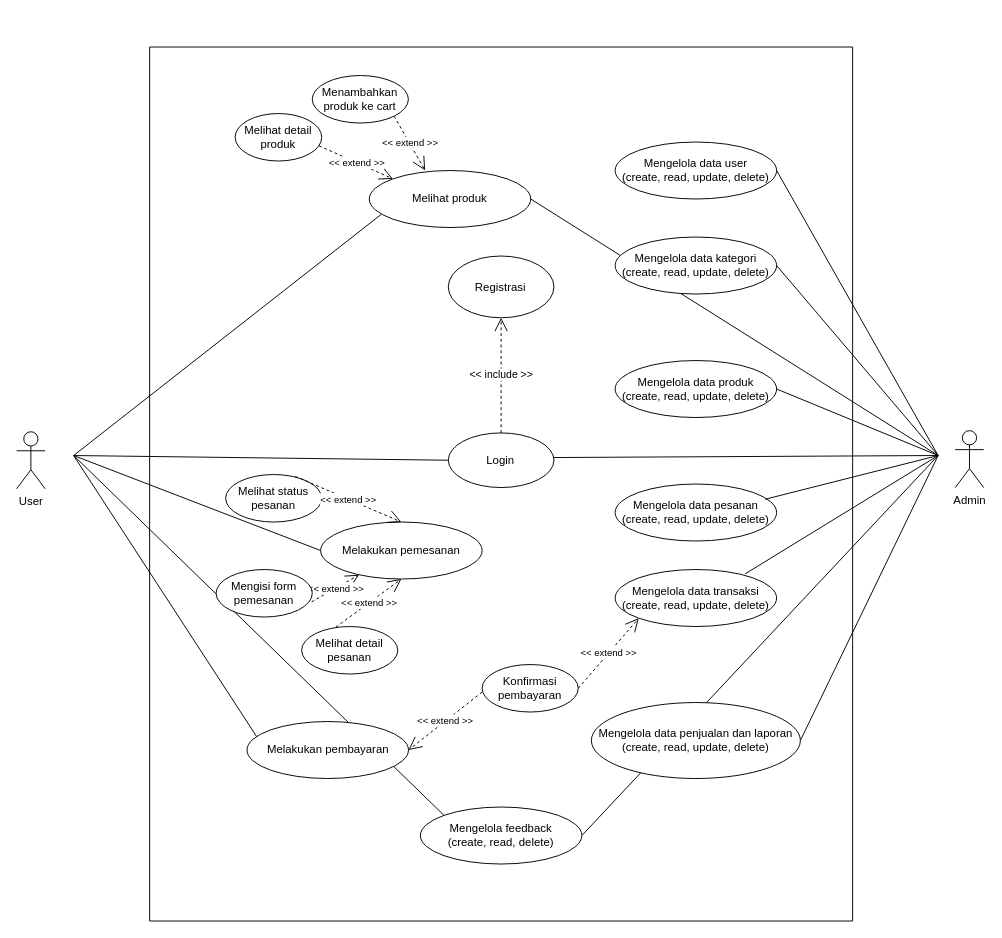
Earlier version of the draw.io diagram Diagram Tanpa Judul.drawio (sintariaulia/Diagram). Source tidied: cells renumbered, new cells numbered last; positions are measured from the earlier drawing's top-left corner, leaving out a move shared by most shapes. Both pictures are drawn from the tidied source at 95%, with x=0, y=0 at pixel (16, 47).
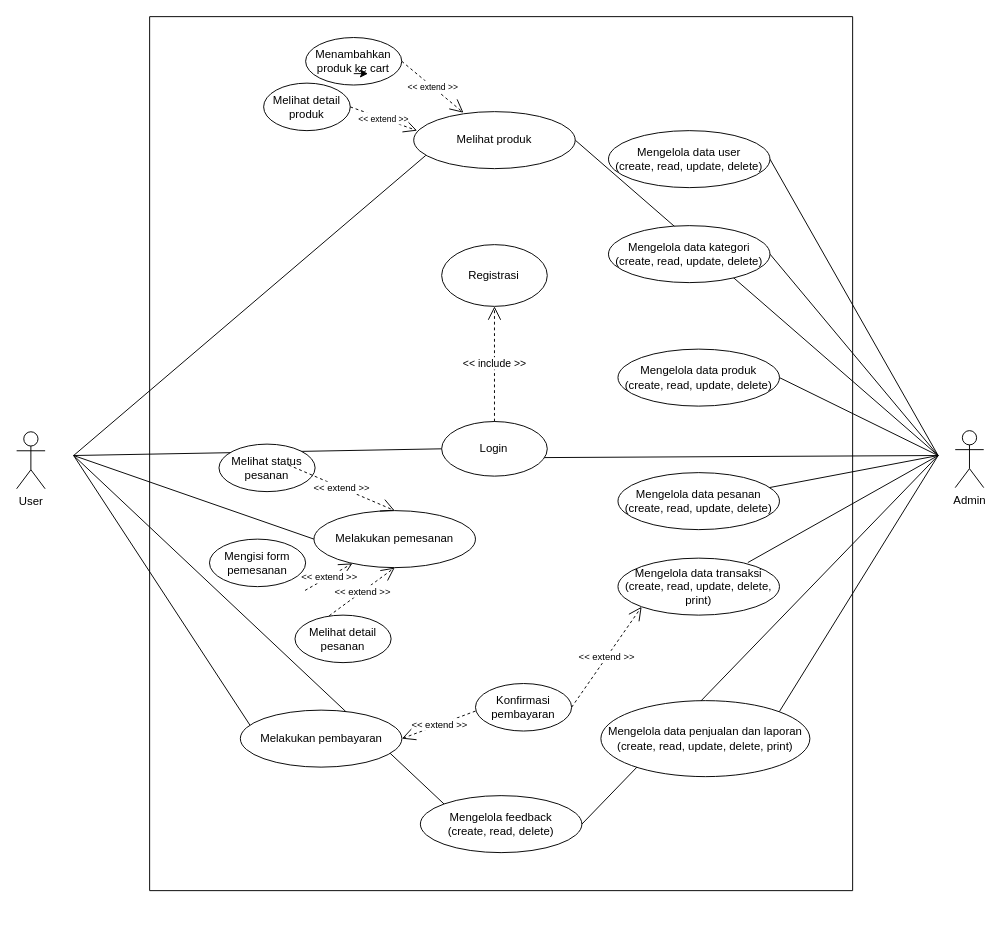
The same diagram, later.

What changed in the source:
```diff
@@
-    <mxCell id="4" value="Mengelola data produk&lt;br&gt;(create, read, update, delete)" style="ellipse;whiteSpace=wrap;html=1;" parent="1" vertex="1">
-      <mxGeometry x="630" y="330" width="170" height="60" as="geometry" />
-    </mxCell>
-    <mxCell id="5" value="Mengelola data pesanan&lt;br&gt;(create, read, update, delete)" style="ellipse;whiteSpace=wrap;html=1;" parent="1" vertex="1">
-      <mxGeometry x="630" y="460" width="170" height="60" as="geometry" />
-    </mxCell>
-    <mxCell id="6" value="Melihat produk" style="ellipse;whiteSpace=wrap;html=1;" parent="1" vertex="1">
-      <mxGeometry x="371.2" y="130" width="170" height="60" as="geometry" />
-    </mxCell>
-    <mxCell id="7" value="&lt;font style=&quot;font-size: 10px;&quot;&gt;&amp;lt;&amp;lt; extend &amp;gt;&amp;gt;&lt;/font&gt;" style="endArrow=open;endSize=12;dashed=1;html=1;rounded=0;exitX=1;exitY=1;exitDx=0;exitDy=0;" parent="1" edge="1" source="42">
-      <mxGeometry relative="1" as="geometry">
-        <mxPoint x="430" y="130" as="targetPoint" />
-      </mxGeometry>
-    </mxCell>
-    <mxCell id="8" value="&lt;font style=&quot;font-size: 10px;&quot;&gt;&amp;lt;&amp;lt; extend &amp;gt;&amp;gt;&lt;/font&gt;" style="endArrow=open;endSize=12;dashed=1;html=1;rounded=0;exitX=0.968;exitY=0.68;exitDx=0;exitDy=0;exitPerimeter=0;entryX=0;entryY=0;entryDx=0;entryDy=0;" parent="1" edge="1" source="43" target="6">
-      <mxGeometry relative="1" as="geometry" />
-    </mxCell>
@@
-    <mxCell id="16" style="endArrow=none;html=1;rounded=0;" parent="1" edge="1">
+    <mxCell id="16" style="endArrow=none;html=1;rounded=0;exitX=1;exitY=0;exitDx=0;exitDy=0;" parent="1" edge="1" source="25">
       <mxGeometry relative="1" as="geometry">
-        <mxPoint x="825" y="730" as="sourcePoint" />
         <mxPoint x="970" y="430" as="targetPoint" />
       </mxGeometry>
     </mxCell>
-    <mxCell id="17" style="endArrow=none;html=1;rounded=0;" parent="1" edge="1">
+    <mxCell id="17" style="endArrow=none;html=1;rounded=0;exitX=1;exitY=0.5;exitDx=0;exitDy=0;" parent="1" edge="1" source="6">
       <mxGeometry relative="1" as="geometry">
-        <mxPoint x="541.2" y="160" as="sourcePoint" />
         <mxPoint x="970" y="430" as="targetPoint" />
       </mxGeometry>
     </mxCell>
@@
-    <mxCell id="23" value="Mengelola data transaksi&lt;br&gt;(create, read, update, delete)" style="ellipse;whiteSpace=wrap;html=1;" parent="1" vertex="1">
-      <mxGeometry x="630" y="550" width="170" height="60" as="geometry" />
-    </mxCell>
     <mxCell id="24" value="Konfirmasi pembayaran" style="ellipse;whiteSpace=wrap;html=1;" parent="1" vertex="1">
-      <mxGeometry x="490" y="650" width="101.2" height="50" as="geometry" />
+      <mxGeometry x="483" y="670" width="101.2" height="50" as="geometry" />
     </mxCell>
-    <mxCell id="25" value="Mengelola data penjualan dan laporan&lt;br&gt;(create, read, update, delete)" style="ellipse;whiteSpace=wrap;html=1;" parent="1" vertex="1">
-      <mxGeometry x="605" y="690" width="220" height="80" as="geometry" />
-    </mxCell>
     <mxCell id="26" value="&lt;font style=&quot;font-size: 10px;&quot;&gt;&amp;lt;&amp;lt; extend &amp;gt;&amp;gt;&lt;/font&gt;" style="endArrow=open;endSize=12;dashed=1;html=1;rounded=0;exitX=1;exitY=0.5;exitDx=0;exitDy=0;entryX=1;entryY=0.5;entryDx=0;entryDy=0;" parent="1" edge="1" target="44">
       <mxGeometry relative="1" as="geometry">
-        <mxPoint x="490" y="679" as="sourcePoint" />
+        <mxPoint x="483" y="699" as="sourcePoint" />
       </mxGeometry>
     </mxCell>
@@
     <mxCell id="28" style="swimlane;startSize=0;" parent="1" vertex="1">
-      <mxGeometry x="140" width="740" height="920" as="geometry" />
+      <mxGeometry x="140" y="-32" width="740" height="920" as="geometry" />
     </mxCell>
     <mxCell id="29" value="Melihat detail pesanan" style="ellipse;whiteSpace=wrap;html=1;" parent="28" vertex="1">
-      <mxGeometry x="160" y="610" width="101.2" height="50" as="geometry" />
+      <mxGeometry x="153" y="630" width="101.2" height="50" as="geometry" />
     </mxCell>
     <mxCell id="30" value="Melakukan pemesanan" style="ellipse;whiteSpace=wrap;html=1;" parent="28" vertex="1">
-      <mxGeometry x="180" y="500" width="170" height="60" as="geometry" />
+      <mxGeometry x="173" y="520" width="170" height="60" as="geometry" />
     </mxCell>
@@
-    <mxCell id="32" value="&lt;font style=&quot;font-size: 10px;&quot;&gt;&amp;lt;&amp;lt; extend &amp;gt;&amp;gt;&lt;/font&gt;" style="endArrow=open;endSize=12;dashed=1;html=1;rounded=0;exitX=0.994;exitY=0.68;exitDx=0;exitDy=0;exitPerimeter=0;" parent="28" edge="1" source="35" target="30">
-      <mxGeometry relative="1" as="geometry" />
+    <mxCell id="32" value="&lt;font style=&quot;font-size: 10px;&quot;&gt;&amp;lt;&amp;lt; extend &amp;gt;&amp;gt;&lt;/font&gt;" style="endArrow=open;endSize=12;dashed=1;html=1;rounded=0;exitX=0.994;exitY=0.68;exitDx=0;exitDy=0;exitPerimeter=0;" parent="28" edge="1" target="30">
+      <mxGeometry relative="1" as="geometry">
+        <mxPoint x="163.6" y="604" as="sourcePoint" />
+      </mxGeometry>
     </mxCell>
     <mxCell id="33" value="Melihat status pesanan" style="ellipse;whiteSpace=wrap;html=1;" parent="28" vertex="1">
-      <mxGeometry x="80" y="450" width="101.2" height="50" as="geometry" />
+      <mxGeometry x="73" y="450" width="101.2" height="50" as="geometry" />
     </mxCell>
-    <mxCell id="34" value="&lt;font style=&quot;font-size: 10px;&quot;&gt;&amp;lt;&amp;lt; extend &amp;gt;&amp;gt;&lt;/font&gt;" style="endArrow=open;endSize=12;dashed=1;html=1;rounded=0;exitX=0.724;exitY=0.04;exitDx=0;exitDy=0;entryX=0.5;entryY=0;entryDx=0;entryDy=0;exitPerimeter=0;" parent="28" edge="1" source="33" target="30">
-      <mxGeometry relative="1" as="geometry" />
+    <mxCell id="34" value="&lt;font style=&quot;font-size: 10px;&quot;&gt;&amp;lt;&amp;lt; extend &amp;gt;&amp;gt;&lt;/font&gt;" style="endArrow=open;endSize=12;dashed=1;html=1;rounded=0;exitX=0.724;exitY=0.04;exitDx=0;exitDy=0;entryX=0.5;entryY=0;entryDx=0;entryDy=0;exitPerimeter=0;" parent="28" edge="1" target="30">
+      <mxGeometry relative="1" as="geometry">
+        <mxPoint x="146.3" y="472" as="sourcePoint" />
+      </mxGeometry>
     </mxCell>
     <mxCell id="35" value="Mengisi form pemesanan" style="ellipse;whiteSpace=wrap;html=1;" parent="28" vertex="1">
-      <mxGeometry x="70" y="550" width="101.2" height="50" as="geometry" />
+      <mxGeometry x="63" y="550" width="101.2" height="50" as="geometry" />
     </mxCell>
     <mxCell id="36" value="Mengelola data user&lt;br&gt;(create, read, update, delete)" style="ellipse;whiteSpace=wrap;html=1;" parent="28" vertex="1">
-      <mxGeometry x="490" y="100" width="170" height="60" as="geometry" />
+      <mxGeometry x="483" y="120" width="170" height="60" as="geometry" />
     </mxCell>
     <mxCell id="37" value="Mengelola data kategori&lt;br&gt;(create, read, update, delete)" style="ellipse;whiteSpace=wrap;html=1;" parent="28" vertex="1">
-      <mxGeometry x="490" y="200" width="170" height="60" as="geometry" />
+      <mxGeometry x="483" y="220" width="170" height="60" as="geometry" />
     </mxCell>
@@
     <mxCell id="39" value="Registrasi" style="ellipse;whiteSpace=wrap;html=1;" parent="28" vertex="1">
-      <mxGeometry x="314.4" y="220" width="111.2" height="65" as="geometry" />
+      <mxGeometry x="307.4" y="240" width="111.2" height="65" as="geometry" />
     </mxCell>
     <mxCell id="40" value="Login" style="ellipse;whiteSpace=wrap;html=1;" parent="28" vertex="1">
-      <mxGeometry x="314.4" y="406.2" width="111.2" height="57.5" as="geometry" />
+      <mxGeometry x="307.4" y="426.2" width="111.2" height="57.5" as="geometry" />
     </mxCell>
@@
     <mxCell id="42" value="Menambahkan produk ke cart" style="ellipse;whiteSpace=wrap;html=1;" parent="28" vertex="1">
-      <mxGeometry x="171.2" y="30" width="101.2" height="50" as="geometry" />
+      <mxGeometry x="164.2" y="22" width="101.2" height="50" as="geometry" />
     </mxCell>
     <mxCell id="43" value="Melihat detail produk" style="ellipse;whiteSpace=wrap;html=1;" parent="28" vertex="1">
-      <mxGeometry x="90" y="70" width="91.2" height="50" as="geometry" />
+      <mxGeometry x="120" y="70" width="91.2" height="50" as="geometry" />
     </mxCell>
     <mxCell id="44" value="Melakukan pembayaran" style="ellipse;whiteSpace=wrap;html=1;" parent="28" vertex="1">
-      <mxGeometry x="102.5" y="710" width="170" height="60" as="geometry" />
+      <mxGeometry x="95.5" y="730" width="170" height="60" as="geometry" />
     </mxCell>
     <mxCell id="45" value="Mengelola feedback&lt;br&gt;(create, read, delete)" style="ellipse;whiteSpace=wrap;html=1;" parent="28" vertex="1">
-      <mxGeometry x="285" y="800" width="170" height="60" as="geometry" />
+      <mxGeometry x="285" y="820" width="170" height="60" as="geometry" />
     </mxCell>
+    <mxCell id="4" value="Mengelola data produk&lt;br&gt;(create, read, update, delete)" style="ellipse;whiteSpace=wrap;html=1;" parent="28" vertex="1">
+      <mxGeometry x="493" y="350" width="170" height="60" as="geometry" />
+    </mxCell>
+    <mxCell id="5" value="Mengelola data pesanan&lt;br&gt;(create, read, update, delete)" style="ellipse;whiteSpace=wrap;html=1;" parent="28" vertex="1">
+      <mxGeometry x="493" y="480" width="170" height="60" as="geometry" />
+    </mxCell>
+    <mxCell id="23" value="Mengelola data transaksi&lt;br&gt;(create, read, update, delete, print)" style="ellipse;whiteSpace=wrap;html=1;" parent="28" vertex="1">
+      <mxGeometry x="493" y="570" width="170" height="60" as="geometry" />
+    </mxCell>
+    <mxCell id="25" value="Mengelola data penjualan dan laporan&lt;br&gt;(create, read, update, delete, print)" style="ellipse;whiteSpace=wrap;html=1;" parent="28" vertex="1">
+      <mxGeometry x="475" y="720" width="220" height="80" as="geometry" />
+    </mxCell>
+    <mxCell id="6" value="Melihat produk" style="ellipse;whiteSpace=wrap;html=1;" parent="28" vertex="1">
+      <mxGeometry x="278" y="100" width="170" height="60" as="geometry" />
+    </mxCell>
+    <mxCell id="8" value="&lt;font style=&quot;font-size: 9px;&quot;&gt;&amp;lt;&amp;lt; extend &amp;gt;&amp;gt;&lt;/font&gt;" style="endArrow=open;endSize=12;dashed=1;html=1;rounded=0;exitX=1;exitY=0.5;exitDx=0;exitDy=0;entryX=0.021;entryY=0.333;entryDx=0;entryDy=0;entryPerimeter=0;" parent="28" edge="1" source="43" target="6">
+      <mxGeometry relative="1" as="geometry" />
+    </mxCell>
+    <mxCell id="7" value="&lt;font style=&quot;font-size: 9px;&quot;&gt;&amp;lt;&amp;lt; extend &amp;gt;&amp;gt;&lt;/font&gt;" style="endArrow=open;endSize=12;dashed=1;html=1;rounded=0;exitX=1;exitY=0.5;exitDx=0;exitDy=0;entryX=0.308;entryY=0.019;entryDx=0;entryDy=0;entryPerimeter=0;" parent="28" edge="1" source="42" target="6">
+      <mxGeometry relative="1" as="geometry" />
+    </mxCell>
+    <mxCell id="46" style="edgeStyle=orthogonalEdgeStyle;rounded=0;orthogonalLoop=1;jettySize=auto;html=1;exitX=0.5;exitY=1;exitDx=0;exitDy=0;entryX=0.648;entryY=1.003;entryDx=0;entryDy=0;entryPerimeter=0;" parent="28" edge="1">
+      <mxGeometry relative="1" as="geometry">
+        <mxPoint x="214.9" y="60" as="sourcePoint" />
+        <mxPoint x="229.9" y="60.1" as="targetPoint" />
+      </mxGeometry>
+    </mxCell>
```
